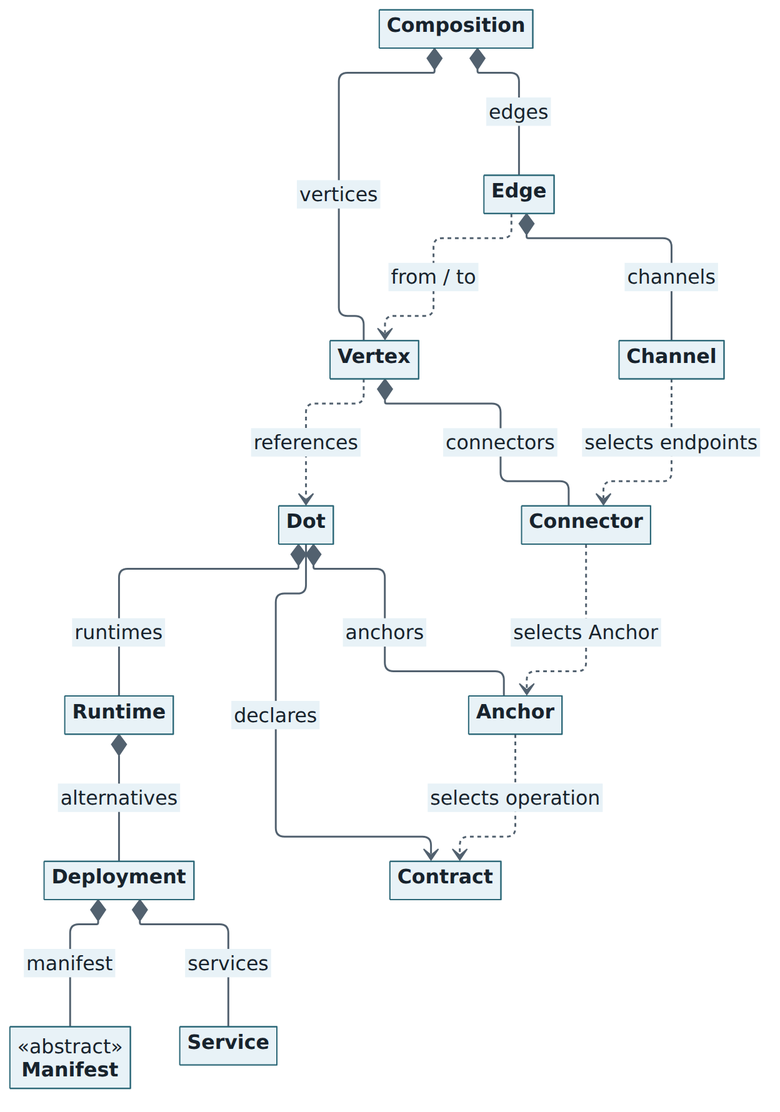
Above: DOT-Design/next/dot-design/_images/diagrams/dot-domain-overview.png in MARE-EU-Project/DOT-Docs (Mermaid), before the change. Its source is kept beside it as DOT-Design/next/dot-design/_attachments/diagrams/dot-domain-overview.mmd.
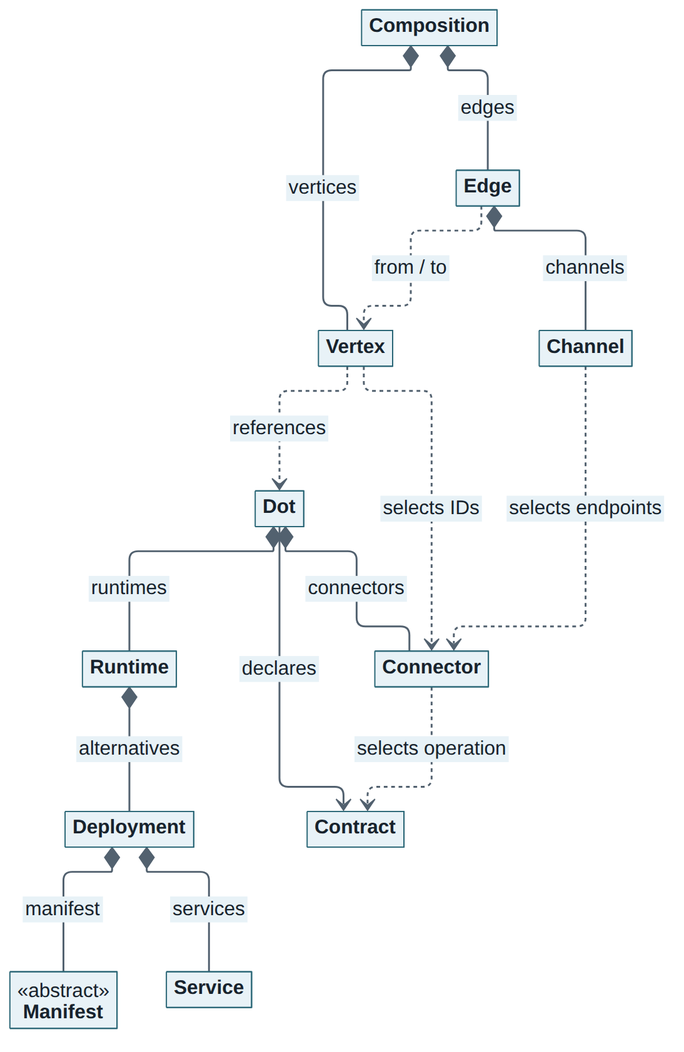
Above is the later version.

Change to the diagram source:
```diff
@@ -9,11 +9,11 @@
 classDiagram
   direction TB
   accTitle: Simplified DOT domain model
-  accDescr: Dot declares Contracts and contains Anchors and Runtime alternatives. An Anchor selects a Contract operation. Each Runtime offers Deployments. A Deployment contains one manifest and its logical services. A separate Composition aggregate owns vertices that select exact DOT releases. Edges connect vertices and contain channels that select their connectors.
+  accDescr: Dot declares Contracts and contains Connectors and Runtime alternatives. A Connector selects a Contract operation. Each Runtime offers Deployments. A Deployment contains one manifest and its logical services. A separate Composition aggregate owns vertices that select exact DOT releases. Edges connect vertices and contain channels that select their connectors.
 
   class Dot
   class Contract
-  class Anchor
+  class Connector
   class Runtime
   class Deployment
   class Manifest {
@@ -24,20 +24,18 @@
   class Vertex
   class Edge
   class Channel
-  class Connector
 
   Composition *-- Vertex : vertices
   Composition *-- Edge : edges
   Vertex ..> Dot : references
   Edge ..> Vertex : from / to
   Edge *-- Channel : channels
-  Vertex *-- Connector : connectors
+  Vertex ..> Connector : selects IDs
   Channel ..> Connector : selects endpoints
-  Connector ..> Anchor : selects Anchor
   Dot --> Contract : declares
-  Dot *-- Anchor : anchors
+  Dot *-- Connector : connectors
   Dot *-- Runtime : runtimes
-  Anchor ..> Contract : selects operation
+  Connector ..> Contract : selects operation
   Runtime *-- Deployment : alternatives
   Deployment *-- Manifest : manifest
   Deployment *-- Service : services
```
